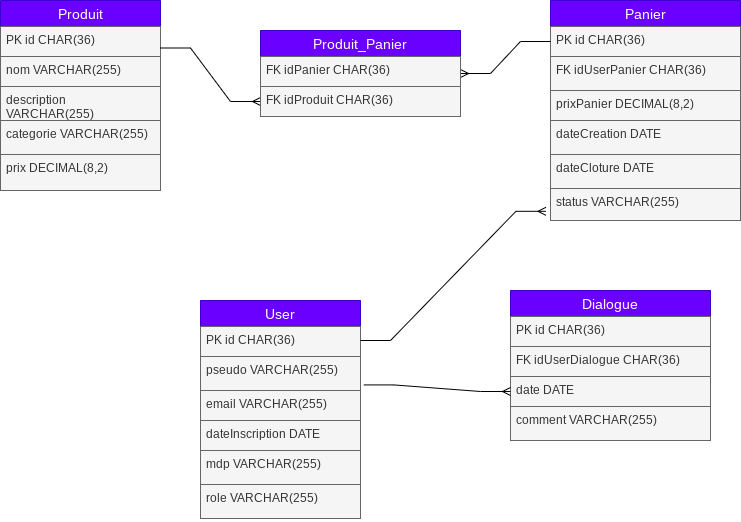
DjackSs/Project keeps this draw.io diagram as BDD/Diagramme BDD.png. Above is the earlier version. Source tidied: cells renumbered, new cells last; positions are measured from the earlier drawing's top-left corner, leaving out a move shared by most shapes. Its diagram source:
```xml
<mxGraphModel>
  <root>
    <mxCell id="0" />
    <mxCell id="1" parent="0" />
    <mxCell id="2" value="User" style="swimlane;fontStyle=0;horizontal=1;startSize=26;align=center;fontSize=14;fillColor=#6a00ff;fontColor=#ffffff;strokeColor=#3700CC;" parent="1" vertex="1">
      <mxGeometry x="200" y="300" width="160" height="218" as="geometry" />
    </mxCell>
    <mxCell id="3" value="PK id CHAR(36)&lt;br&gt;" style="text;strokeColor=#666666;fillColor=#f5f5f5;spacingLeft=4;spacingRight=4;overflow=hidden;points=[[0,0.5],[1,0.5]];portConstraint=eastwest;fontSize=12;whiteSpace=wrap;html=1;fontColor=#333333;" parent="2" vertex="1">
      <mxGeometry y="26" width="160" height="30" as="geometry" />
    </mxCell>
    <mxCell id="4" value="pseudo VARCHAR(255)" style="text;strokeColor=#666666;fillColor=#f5f5f5;spacingLeft=4;spacingRight=4;overflow=hidden;points=[[0,0.5],[1,0.5]];portConstraint=eastwest;fontSize=12;whiteSpace=wrap;html=1;fontColor=#333333;" parent="2" vertex="1">
      <mxGeometry y="56" width="160" height="34" as="geometry" />
    </mxCell>
    <mxCell id="5" value="email VARCHAR(255)" style="text;strokeColor=#666666;fillColor=#f5f5f5;spacingLeft=4;spacingRight=4;overflow=hidden;fontSize=12;whiteSpace=wrap;html=1;fontColor=#333333;" parent="2" vertex="1">
      <mxGeometry y="90" width="160" height="30" as="geometry" />
    </mxCell>
    <mxCell id="6" value="dateInscription DATE" style="text;strokeColor=#666666;fillColor=#f5f5f5;spacingLeft=4;spacingRight=4;overflow=hidden;fontSize=12;whiteSpace=wrap;html=1;fontColor=#333333;" parent="2" vertex="1">
      <mxGeometry y="120" width="160" height="30" as="geometry" />
    </mxCell>
    <mxCell id="7" value="mdp VARCHAR(255)" style="text;strokeColor=#666666;fillColor=#f5f5f5;spacingLeft=4;spacingRight=4;overflow=hidden;fontSize=12;whiteSpace=wrap;html=1;fontColor=#333333;" parent="2" vertex="1">
      <mxGeometry y="150" width="160" height="34" as="geometry" />
    </mxCell>
    <mxCell id="8" value="role VARCHAR(255)" style="text;strokeColor=#666666;fillColor=#f5f5f5;spacingLeft=4;spacingRight=4;overflow=hidden;fontSize=12;whiteSpace=wrap;html=1;fontColor=#333333;" parent="2" vertex="1">
      <mxGeometry y="184" width="160" height="34" as="geometry" />
    </mxCell>
    <mxCell id="9" value="Panier" style="swimlane;fontStyle=0;horizontal=1;startSize=26;align=center;fontSize=14;fillColor=#6a00ff;fontColor=#ffffff;strokeColor=#3700CC;" parent="1" vertex="1">
      <mxGeometry x="550" width="190" height="220" as="geometry" />
    </mxCell>
    <mxCell id="10" value="PK id CHAR(36)" style="text;strokeColor=#666666;fillColor=#f5f5f5;spacingLeft=4;spacingRight=4;overflow=hidden;points=[[0,0.5],[1,0.5]];portConstraint=eastwest;fontSize=12;whiteSpace=wrap;html=1;fontColor=#333333;" parent="9" vertex="1">
      <mxGeometry y="26" width="190" height="30" as="geometry" />
    </mxCell>
    <mxCell id="11" value="FK idUserPanier CHAR(36)" style="text;strokeColor=#666666;fillColor=#f5f5f5;spacingLeft=4;spacingRight=4;overflow=hidden;points=[[0,0.5],[1,0.5]];portConstraint=eastwest;fontSize=12;whiteSpace=wrap;html=1;fontColor=#333333;" parent="9" vertex="1">
      <mxGeometry y="56" width="190" height="34" as="geometry" />
    </mxCell>
    <mxCell id="12" value="prixPanier DECIMAL(8,2)" style="text;strokeColor=#666666;fillColor=#f5f5f5;spacingLeft=4;spacingRight=4;overflow=hidden;fontSize=12;whiteSpace=wrap;html=1;fontColor=#333333;" parent="9" vertex="1">
      <mxGeometry y="90" width="190" height="30" as="geometry" />
    </mxCell>
    <mxCell id="13" value="dateCreation DATE" style="text;strokeColor=#666666;fillColor=#f5f5f5;spacingLeft=4;spacingRight=4;overflow=hidden;fontSize=12;whiteSpace=wrap;html=1;fontColor=#333333;" parent="9" vertex="1">
      <mxGeometry y="120" width="190" height="34" as="geometry" />
    </mxCell>
    <mxCell id="14" value="dateCloture DATE" style="text;strokeColor=#666666;fillColor=#f5f5f5;spacingLeft=4;spacingRight=4;overflow=hidden;fontSize=12;whiteSpace=wrap;html=1;fontColor=#333333;" parent="9" vertex="1">
      <mxGeometry y="154" width="190" height="34" as="geometry" />
    </mxCell>
    <mxCell id="15" value="status VARCHAR(255)" style="text;strokeColor=#666666;fillColor=#f5f5f5;spacingLeft=4;spacingRight=4;overflow=hidden;points=[[0,0.5],[1,0.5]];portConstraint=eastwest;fontSize=12;whiteSpace=wrap;html=1;fontColor=#333333;" parent="9" vertex="1">
      <mxGeometry y="188" width="190" height="32" as="geometry" />
    </mxCell>
    <mxCell id="16" value="Produit" style="swimlane;fontStyle=0;horizontal=1;startSize=26;align=center;fontSize=14;fillColor=#6a00ff;fontColor=#ffffff;strokeColor=#3700CC;" parent="1" vertex="1">
      <mxGeometry width="160" height="190" as="geometry" />
    </mxCell>
    <mxCell id="17" value="PK id CHAR(36)" style="text;strokeColor=#666666;fillColor=#f5f5f5;spacingLeft=4;spacingRight=4;overflow=hidden;fontSize=12;whiteSpace=wrap;html=1;fontColor=#333333;" parent="16" vertex="1">
      <mxGeometry y="26" width="160" height="30" as="geometry" />
    </mxCell>
    <mxCell id="18" value="nom VARCHAR(255)" style="text;strokeColor=#666666;fillColor=#f5f5f5;spacingLeft=4;spacingRight=4;overflow=hidden;fontSize=12;whiteSpace=wrap;html=1;fontColor=#333333;" parent="16" vertex="1">
      <mxGeometry y="56" width="160" height="30" as="geometry" />
    </mxCell>
    <mxCell id="19" value="description VARCHAR(255)" style="text;strokeColor=#666666;fillColor=#f5f5f5;spacingLeft=4;spacingRight=4;overflow=hidden;fontSize=12;whiteSpace=wrap;html=1;fontColor=#333333;" parent="16" vertex="1">
      <mxGeometry y="86" width="160" height="34" as="geometry" />
    </mxCell>
    <mxCell id="20" value="categorie VARCHAR(255)" style="text;strokeColor=#666666;fillColor=#f5f5f5;spacingLeft=4;spacingRight=4;overflow=hidden;fontSize=12;whiteSpace=wrap;html=1;fontColor=#333333;" parent="16" vertex="1">
      <mxGeometry y="120" width="160" height="34" as="geometry" />
    </mxCell>
    <mxCell id="21" value="prix DECIMAL(8,2)" style="text;strokeColor=#666666;fillColor=#f5f5f5;spacingLeft=4;spacingRight=4;overflow=hidden;fontSize=12;whiteSpace=wrap;html=1;fontColor=#333333;" parent="16" vertex="1">
      <mxGeometry y="154" width="160" height="36" as="geometry" />
    </mxCell>
    <mxCell id="22" value="Dialogue" style="swimlane;fontStyle=0;horizontal=1;startSize=26;align=center;fontSize=14;fillColor=#6a00ff;fontColor=#ffffff;strokeColor=#3700CC;" parent="1" vertex="1">
      <mxGeometry x="510" y="290" width="200" height="150" as="geometry" />
    </mxCell>
    <mxCell id="23" value="PK id CHAR(36)" style="text;strokeColor=#666666;fillColor=#f5f5f5;spacingLeft=4;spacingRight=4;overflow=hidden;fontSize=12;whiteSpace=wrap;html=1;fontColor=#333333;" parent="22" vertex="1">
      <mxGeometry y="26" width="200" height="30" as="geometry" />
    </mxCell>
    <mxCell id="24" value="FK idUserDialogue CHAR(36)" style="text;strokeColor=#666666;fillColor=#f5f5f5;spacingLeft=4;spacingRight=4;overflow=hidden;points=[[0,0.5],[1,0.5]];portConstraint=eastwest;fontSize=12;whiteSpace=wrap;html=1;fontColor=#333333;" parent="22" vertex="1">
      <mxGeometry y="56" width="200" height="30" as="geometry" />
    </mxCell>
    <mxCell id="25" value="date DATE" style="text;strokeColor=#666666;fillColor=#f5f5f5;spacingLeft=4;spacingRight=4;overflow=hidden;points=[[0,0.5],[1,0.5]];portConstraint=eastwest;fontSize=12;whiteSpace=wrap;html=1;fontColor=#333333;" parent="22" vertex="1">
      <mxGeometry y="86" width="200" height="30" as="geometry" />
    </mxCell>
    <mxCell id="26" value="comment VARCHAR(255)" style="text;strokeColor=#666666;fillColor=#f5f5f5;spacingLeft=4;spacingRight=4;overflow=hidden;fontSize=12;whiteSpace=wrap;html=1;fontColor=#333333;" parent="22" vertex="1">
      <mxGeometry y="116" width="200" height="34" as="geometry" />
    </mxCell>
    <mxCell id="27" style="edgeStyle=entityRelationEdgeStyle;fontSize=12;html=1;endArrow=ERmany;rounded=0;exitX=1;exitY=0.25;exitDx=0;exitDy=0;entryX=0;entryY=0.5;entryDx=0;entryDy=0;" parent="1" edge="1" source="16" target="33">
      <mxGeometry relative="1" as="geometry" />
    </mxCell>
    <mxCell id="28" style="edgeStyle=entityRelationEdgeStyle;fontSize=12;html=1;endArrow=ERmany;rounded=0;entryX=0;entryY=0.5;entryDx=0;entryDy=0;exitX=1.021;exitY=0.836;exitDx=0;exitDy=0;exitPerimeter=0;" parent="1" edge="1" source="4" target="25">
      <mxGeometry relative="1" as="geometry" />
    </mxCell>
    <mxCell id="29" style="edgeStyle=entityRelationEdgeStyle;fontSize=12;html=1;endArrow=ERmany;rounded=0;entryX=-0.024;entryY=0.713;entryDx=0;entryDy=0;entryPerimeter=0;" parent="1" edge="1" target="15">
      <mxGeometry relative="1" as="geometry">
        <mxPoint x="360" y="340" as="sourcePoint" />
      </mxGeometry>
    </mxCell>
    <mxCell id="30" style="edgeStyle=entityRelationEdgeStyle;fontSize=12;html=1;endArrow=ERmany;rounded=0;exitX=0;exitY=0.5;exitDx=0;exitDy=0;entryX=1;entryY=0.5;entryDx=0;entryDy=0;" parent="1" edge="1" source="10" target="31">
      <mxGeometry relative="1" as="geometry" />
    </mxCell>
    <mxCell id="31" value="Produit_Panier" style="swimlane;fontStyle=0;horizontal=1;startSize=26;align=center;fontSize=14;fillColor=#6a00ff;fontColor=#ffffff;strokeColor=#3700CC;" parent="1" vertex="1">
      <mxGeometry x="260" y="30" width="200" height="86" as="geometry" />
    </mxCell>
    <mxCell id="32" value="FK idPanier CHAR(36)" style="text;strokeColor=#666666;fillColor=#f5f5f5;spacingLeft=4;spacingRight=4;overflow=hidden;fontSize=12;whiteSpace=wrap;html=1;fontColor=#333333;" parent="31" vertex="1">
      <mxGeometry y="26" width="200" height="30" as="geometry" />
    </mxCell>
    <mxCell id="33" value="FK idProduit CHAR(36)" style="text;strokeColor=#666666;fillColor=#f5f5f5;spacingLeft=4;spacingRight=4;overflow=hidden;points=[[0,0.5],[1,0.5]];portConstraint=eastwest;fontSize=12;whiteSpace=wrap;html=1;fontColor=#333333;" parent="31" vertex="1">
      <mxGeometry y="56" width="200" height="30" as="geometry" />
    </mxCell>
  </root>
</mxGraphModel>
```
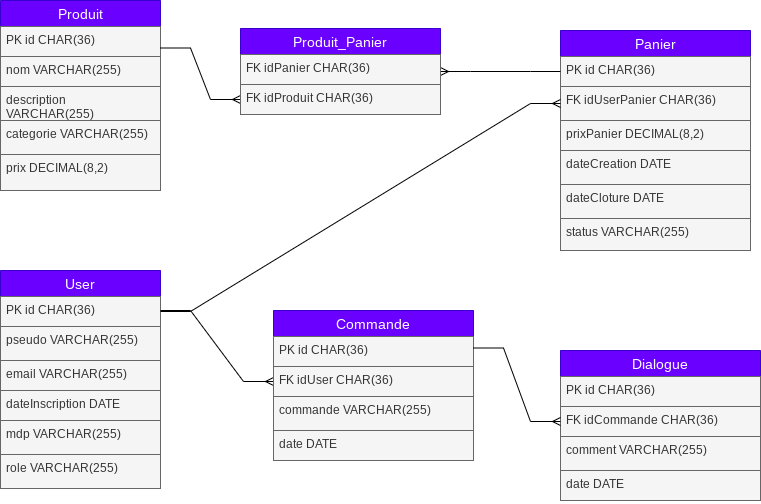
After the commit.

Change to the diagram source:
```diff
@@ -3,7 +3,7 @@
     <mxCell id="0" />
     <mxCell id="1" parent="0" />
     <mxCell id="2" value="User" style="swimlane;fontStyle=0;horizontal=1;startSize=26;align=center;fontSize=14;fillColor=#6a00ff;fontColor=#ffffff;strokeColor=#3700CC;" parent="1" vertex="1">
-      <mxGeometry x="200" y="300" width="160" height="218" as="geometry" />
+      <mxGeometry y="280" width="160" height="218" as="geometry" />
     </mxCell>
     <mxCell id="3" value="PK id CHAR(36)&lt;br&gt;" style="text;strokeColor=#666666;fillColor=#f5f5f5;spacingLeft=4;spacingRight=4;overflow=hidden;points=[[0,0.5],[1,0.5]];portConstraint=eastwest;fontSize=12;whiteSpace=wrap;html=1;fontColor=#333333;" parent="2" vertex="1">
       <mxGeometry y="26" width="160" height="30" as="geometry" />
@@ -24,7 +24,7 @@
       <mxGeometry y="184" width="160" height="34" as="geometry" />
     </mxCell>
     <mxCell id="9" value="Panier" style="swimlane;fontStyle=0;horizontal=1;startSize=26;align=center;fontSize=14;fillColor=#6a00ff;fontColor=#ffffff;strokeColor=#3700CC;" parent="1" vertex="1">
-      <mxGeometry x="550" width="190" height="220" as="geometry" />
+      <mxGeometry x="560" y="40" width="190" height="220" as="geometry" />
     </mxCell>
     <mxCell id="10" value="PK id CHAR(36)" style="text;strokeColor=#666666;fillColor=#f5f5f5;spacingLeft=4;spacingRight=4;overflow=hidden;points=[[0,0.5],[1,0.5]];portConstraint=eastwest;fontSize=12;whiteSpace=wrap;html=1;fontColor=#333333;" parent="9" vertex="1">
       <mxGeometry y="26" width="190" height="30" as="geometry" />
@@ -45,7 +45,7 @@
       <mxGeometry y="188" width="190" height="32" as="geometry" />
     </mxCell>
     <mxCell id="16" value="Produit" style="swimlane;fontStyle=0;horizontal=1;startSize=26;align=center;fontSize=14;fillColor=#6a00ff;fontColor=#ffffff;strokeColor=#3700CC;" parent="1" vertex="1">
-      <mxGeometry width="160" height="190" as="geometry" />
+      <mxGeometry y="10" width="160" height="190" as="geometry" />
     </mxCell>
     <mxCell id="17" value="PK id CHAR(36)" style="text;strokeColor=#666666;fillColor=#f5f5f5;spacingLeft=4;spacingRight=4;overflow=hidden;fontSize=12;whiteSpace=wrap;html=1;fontColor=#333333;" parent="16" vertex="1">
       <mxGeometry y="26" width="160" height="30" as="geometry" />
@@ -63,36 +63,36 @@
       <mxGeometry y="154" width="160" height="36" as="geometry" />
     </mxCell>
     <mxCell id="22" value="Dialogue" style="swimlane;fontStyle=0;horizontal=1;startSize=26;align=center;fontSize=14;fillColor=#6a00ff;fontColor=#ffffff;strokeColor=#3700CC;" parent="1" vertex="1">
-      <mxGeometry x="510" y="290" width="200" height="150" as="geometry" />
+      <mxGeometry x="560" y="360" width="200" height="150" as="geometry" />
     </mxCell>
     <mxCell id="23" value="PK id CHAR(36)" style="text;strokeColor=#666666;fillColor=#f5f5f5;spacingLeft=4;spacingRight=4;overflow=hidden;fontSize=12;whiteSpace=wrap;html=1;fontColor=#333333;" parent="22" vertex="1">
       <mxGeometry y="26" width="200" height="30" as="geometry" />
     </mxCell>
-    <mxCell id="24" value="FK idUserDialogue CHAR(36)" style="text;strokeColor=#666666;fillColor=#f5f5f5;spacingLeft=4;spacingRight=4;overflow=hidden;points=[[0,0.5],[1,0.5]];portConstraint=eastwest;fontSize=12;whiteSpace=wrap;html=1;fontColor=#333333;" parent="22" vertex="1">
+    <mxCell id="24" value="FK idCommande CHAR(36)" style="text;strokeColor=#666666;fillColor=#f5f5f5;spacingLeft=4;spacingRight=4;overflow=hidden;points=[[0,0.5],[1,0.5]];portConstraint=eastwest;fontSize=12;whiteSpace=wrap;html=1;fontColor=#333333;" parent="22" vertex="1">
       <mxGeometry y="56" width="200" height="30" as="geometry" />
     </mxCell>
+    <mxCell id="26" value="comment VARCHAR(255)" style="text;strokeColor=#666666;fillColor=#f5f5f5;spacingLeft=4;spacingRight=4;overflow=hidden;fontSize=12;whiteSpace=wrap;html=1;fontColor=#333333;" parent="22" vertex="1">
+      <mxGeometry y="86" width="200" height="34" as="geometry" />
+    </mxCell>
     <mxCell id="25" value="date DATE" style="text;strokeColor=#666666;fillColor=#f5f5f5;spacingLeft=4;spacingRight=4;overflow=hidden;points=[[0,0.5],[1,0.5]];portConstraint=eastwest;fontSize=12;whiteSpace=wrap;html=1;fontColor=#333333;" parent="22" vertex="1">
-      <mxGeometry y="86" width="200" height="30" as="geometry" />
+      <mxGeometry y="120" width="200" height="30" as="geometry" />
     </mxCell>
-    <mxCell id="26" value="comment VARCHAR(255)" style="text;strokeColor=#666666;fillColor=#f5f5f5;spacingLeft=4;spacingRight=4;overflow=hidden;fontSize=12;whiteSpace=wrap;html=1;fontColor=#333333;" parent="22" vertex="1">
-      <mxGeometry y="116" width="200" height="34" as="geometry" />
-    </mxCell>
     <mxCell id="27" style="edgeStyle=entityRelationEdgeStyle;fontSize=12;html=1;endArrow=ERmany;rounded=0;exitX=1;exitY=0.25;exitDx=0;exitDy=0;entryX=0;entryY=0.5;entryDx=0;entryDy=0;" parent="1" edge="1" source="16" target="33">
       <mxGeometry relative="1" as="geometry" />
     </mxCell>
-    <mxCell id="28" style="edgeStyle=entityRelationEdgeStyle;fontSize=12;html=1;endArrow=ERmany;rounded=0;entryX=0;entryY=0.5;entryDx=0;entryDy=0;exitX=1.021;exitY=0.836;exitDx=0;exitDy=0;exitPerimeter=0;" parent="1" edge="1" source="4" target="25">
-      <mxGeometry relative="1" as="geometry" />
+    <mxCell id="28" style="edgeStyle=entityRelationEdgeStyle;fontSize=12;html=1;endArrow=ERmany;rounded=0;entryX=0;entryY=0.5;entryDx=0;entryDy=0;" parent="1" edge="1" target="36">
+      <mxGeometry relative="1" as="geometry">
+        <mxPoint x="160" y="320" as="sourcePoint" />
+      </mxGeometry>
     </mxCell>
-    <mxCell id="29" style="edgeStyle=entityRelationEdgeStyle;fontSize=12;html=1;endArrow=ERmany;rounded=0;entryX=-0.024;entryY=0.713;entryDx=0;entryDy=0;entryPerimeter=0;" parent="1" edge="1" target="15">
-      <mxGeometry relative="1" as="geometry">
-        <mxPoint x="360" y="340" as="sourcePoint" />
-      </mxGeometry>
+    <mxCell id="29" style="edgeStyle=entityRelationEdgeStyle;fontSize=12;html=1;endArrow=ERmany;rounded=0;entryX=0;entryY=0.5;entryDx=0;entryDy=0;exitX=1;exitY=0.5;exitDx=0;exitDy=0;" parent="1" edge="1" source="3" target="11">
+      <mxGeometry relative="1" as="geometry" />
     </mxCell>
     <mxCell id="30" style="edgeStyle=entityRelationEdgeStyle;fontSize=12;html=1;endArrow=ERmany;rounded=0;exitX=0;exitY=0.5;exitDx=0;exitDy=0;entryX=1;entryY=0.5;entryDx=0;entryDy=0;" parent="1" edge="1" source="10" target="31">
       <mxGeometry relative="1" as="geometry" />
     </mxCell>
     <mxCell id="31" value="Produit_Panier" style="swimlane;fontStyle=0;horizontal=1;startSize=26;align=center;fontSize=14;fillColor=#6a00ff;fontColor=#ffffff;strokeColor=#3700CC;" parent="1" vertex="1">
-      <mxGeometry x="260" y="30" width="200" height="86" as="geometry" />
+      <mxGeometry x="240" y="38" width="200" height="86" as="geometry" />
     </mxCell>
     <mxCell id="32" value="FK idPanier CHAR(36)" style="text;strokeColor=#666666;fillColor=#f5f5f5;spacingLeft=4;spacingRight=4;overflow=hidden;fontSize=12;whiteSpace=wrap;html=1;fontColor=#333333;" parent="31" vertex="1">
       <mxGeometry y="26" width="200" height="30" as="geometry" />
@@ -100,5 +100,23 @@
     <mxCell id="33" value="FK idProduit CHAR(36)" style="text;strokeColor=#666666;fillColor=#f5f5f5;spacingLeft=4;spacingRight=4;overflow=hidden;points=[[0,0.5],[1,0.5]];portConstraint=eastwest;fontSize=12;whiteSpace=wrap;html=1;fontColor=#333333;" parent="31" vertex="1">
       <mxGeometry y="56" width="200" height="30" as="geometry" />
     </mxCell>
+    <mxCell id="34" value="Commande" style="swimlane;fontStyle=0;horizontal=1;startSize=26;align=center;fontSize=14;fillColor=#6a00ff;fontColor=#ffffff;strokeColor=#3700CC;" parent="1" vertex="1">
+      <mxGeometry x="273" y="320" width="200" height="150" as="geometry" />
+    </mxCell>
+    <mxCell id="35" value="PK id CHAR(36)" style="text;strokeColor=#666666;fillColor=#f5f5f5;spacingLeft=4;spacingRight=4;overflow=hidden;fontSize=12;whiteSpace=wrap;html=1;fontColor=#333333;" parent="34" vertex="1">
+      <mxGeometry y="26" width="200" height="30" as="geometry" />
+    </mxCell>
+    <mxCell id="36" value="FK idUser CHAR(36)" style="text;strokeColor=#666666;fillColor=#f5f5f5;spacingLeft=4;spacingRight=4;overflow=hidden;points=[[0,0.5],[1,0.5]];portConstraint=eastwest;fontSize=12;whiteSpace=wrap;html=1;fontColor=#333333;" parent="34" vertex="1">
+      <mxGeometry y="56" width="200" height="30" as="geometry" />
+    </mxCell>
+    <mxCell id="37" value="commande VARCHAR(255)" style="text;strokeColor=#666666;fillColor=#f5f5f5;spacingLeft=4;spacingRight=4;overflow=hidden;fontSize=12;whiteSpace=wrap;html=1;fontColor=#333333;" parent="34" vertex="1">
+      <mxGeometry y="86" width="200" height="34" as="geometry" />
+    </mxCell>
+    <mxCell id="38" value="date DATE" style="text;strokeColor=#666666;fillColor=#f5f5f5;spacingLeft=4;spacingRight=4;overflow=hidden;fontSize=12;whiteSpace=wrap;html=1;fontColor=#333333;" parent="34" vertex="1">
+      <mxGeometry y="120" width="200" height="30" as="geometry" />
+    </mxCell>
+    <mxCell id="39" style="edgeStyle=entityRelationEdgeStyle;fontSize=12;html=1;endArrow=ERmany;rounded=0;exitX=1;exitY=0.25;exitDx=0;exitDy=0;entryX=0;entryY=0.5;entryDx=0;entryDy=0;" parent="1" edge="1" source="34" target="24">
+      <mxGeometry relative="1" as="geometry" />
+    </mxCell>
   </root>
 </mxGraphModel>
```
